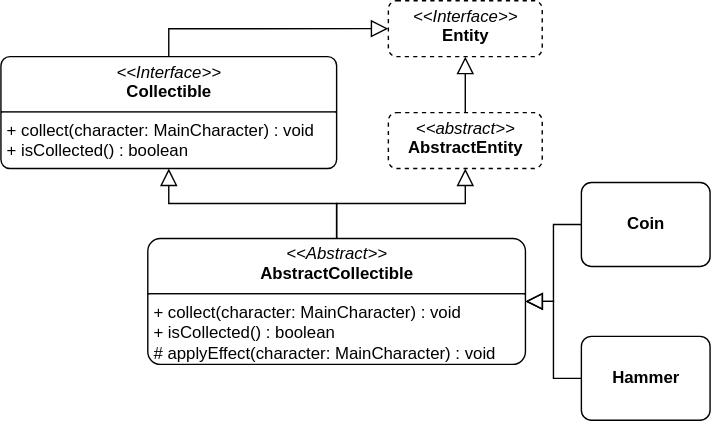
Earlier version of the draw.io export report/svg/Collectible.svg (unibo-oop-projects/OOP24-AlessandroRebosio-FilippoRicciotti-Grace-GraziaBochdanovits-RenovateBot-coffeBreak). Source tidied: cells renumbered, new cells last; positions are measured from the earlier drawing's top-left corner, leaving out a move shared by most shapes.
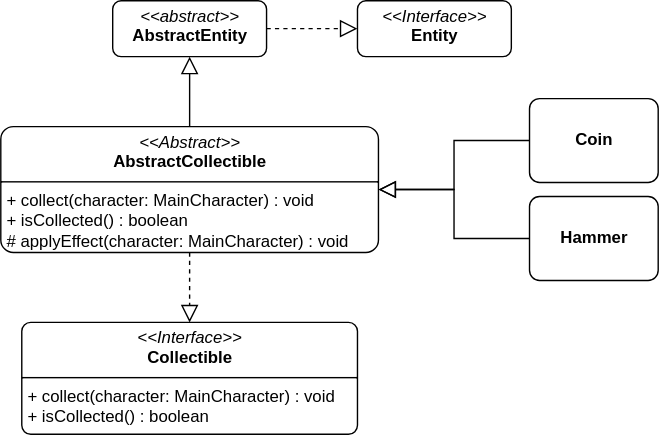
Later version of the same file.

The edit, as a diff of the source:
```diff
@@ -2,41 +2,38 @@
   <root>
     <mxCell id="0" />
     <mxCell id="1" parent="0" />
-    <mxCell id="2" value="&lt;p style=&quot;margin:0px;margin-top:4px;text-align:center;&quot;&gt;&lt;i&gt;&amp;lt;&amp;lt;Interface&amp;gt;&amp;gt;&lt;/i&gt;&lt;br&gt;&lt;b&gt;Entity&lt;/b&gt;&lt;/p&gt;" style="verticalAlign=top;align=left;overflow=fill;html=1;whiteSpace=wrap;dashed=1;rounded=1;" parent="1" vertex="1">
-      <mxGeometry x="277" width="110" height="40" as="geometry" />
+    <mxCell id="2" value="&lt;p style=&quot;margin:0px;margin-top:4px;text-align:center;&quot;&gt;&lt;i&gt;&amp;lt;&amp;lt;Interface&amp;gt;&amp;gt;&lt;/i&gt;&lt;br&gt;&lt;b&gt;Entity&lt;/b&gt;&lt;/p&gt;" style="verticalAlign=top;align=left;overflow=fill;html=1;whiteSpace=wrap;rounded=1;" parent="1" vertex="1">
+      <mxGeometry x="296" y="35" width="110" height="40" as="geometry" />
     </mxCell>
-    <mxCell id="3" style="edgeStyle=orthogonalEdgeStyle;rounded=0;jettySize=auto;html=1;exitX=0.5;exitY=0;exitDx=0;exitDy=0;entryX=0.5;entryY=1;entryDx=0;entryDy=0;endArrow=block;endFill=0;endSize=10;" parent="1" edge="1" source="4" target="2">
+    <mxCell id="3" style="edgeStyle=orthogonalEdgeStyle;rounded=0;jettySize=auto;html=1;exitX=1;exitY=0.5;exitDx=0;exitDy=0;entryX=0;entryY=0.5;entryDx=0;entryDy=0;endArrow=block;endFill=0;endSize=10;dashed=1;" parent="1" edge="1" source="4" target="2">
       <mxGeometry relative="1" as="geometry" />
     </mxCell>
-    <mxCell id="4" value="&lt;p style=&quot;margin:0px;margin-top:4px;text-align:center;&quot;&gt;&lt;i&gt;&amp;lt;&amp;lt;abstract&amp;gt;&amp;gt;&lt;/i&gt;&lt;br&gt;&lt;b&gt;AbstractEntity&lt;/b&gt;&lt;/p&gt;" style="verticalAlign=top;align=left;overflow=fill;html=1;whiteSpace=wrap;dashed=1;rounded=1;" parent="1" vertex="1">
-      <mxGeometry x="277" y="80" width="110" height="40" as="geometry" />
+    <mxCell id="4" value="&lt;p style=&quot;margin:0px;margin-top:4px;text-align:center;&quot;&gt;&lt;i&gt;&amp;lt;&amp;lt;abstract&amp;gt;&amp;gt;&lt;/i&gt;&lt;br&gt;&lt;b&gt;AbstractEntity&lt;/b&gt;&lt;/p&gt;" style="verticalAlign=top;align=left;overflow=fill;html=1;whiteSpace=wrap;rounded=1;" parent="1" vertex="1">
+      <mxGeometry x="121" y="35" width="110" height="40" as="geometry" />
     </mxCell>
-    <mxCell id="5" style="edgeStyle=orthogonalEdgeStyle;rounded=0;jettySize=auto;html=1;exitX=0.5;exitY=0;exitDx=0;exitDy=0;entryX=0;entryY=0.5;entryDx=0;entryDy=0;endArrow=block;endFill=0;endSize=10;" parent="1" edge="1" source="6" target="2">
-      <mxGeometry relative="1" as="geometry" />
-    </mxCell>
     <mxCell id="6" value="&lt;p style=&quot;margin:0px;margin-top:4px;text-align:center;&quot;&gt;&lt;i&gt;&amp;lt;&amp;lt;Interface&amp;gt;&amp;gt;&lt;/i&gt;&lt;br&gt;&lt;b&gt;Collectible&lt;/b&gt;&lt;/p&gt;&lt;hr size=&quot;1&quot; style=&quot;border-style:solid;&quot;&gt;&lt;p style=&quot;margin:0px;margin-left:4px;&quot;&gt;+ collect(character: MainCharacter) : void&lt;/p&gt;&lt;p style=&quot;margin:0px;margin-left:4px;&quot;&gt;+ isCollected() : boolean&lt;/p&gt;" style="verticalAlign=top;align=left;overflow=fill;html=1;whiteSpace=wrap;rounded=1;arcSize=8;" parent="1" vertex="1">
-      <mxGeometry y="40" width="240" height="80" as="geometry" />
+      <mxGeometry x="56" y="265" width="240" height="80" as="geometry" />
     </mxCell>
-    <mxCell id="7" style="edgeStyle=orthogonalEdgeStyle;rounded=0;jettySize=auto;html=1;exitX=0.5;exitY=0;exitDx=0;exitDy=0;entryX=0.5;entryY=1;entryDx=0;entryDy=0;endArrow=block;endFill=0;endSize=10;" parent="1" edge="1" source="9" target="6">
+    <mxCell id="7" style="edgeStyle=orthogonalEdgeStyle;rounded=0;jettySize=auto;html=1;exitX=0.5;exitY=1;exitDx=0;exitDy=0;entryX=0.5;entryY=0;entryDx=0;entryDy=0;endArrow=block;endFill=0;endSize=10;dashed=1;" parent="1" edge="1" source="9" target="6">
       <mxGeometry relative="1" as="geometry" />
     </mxCell>
-    <mxCell id="8" style="edgeStyle=orthogonalEdgeStyle;rounded=0;jettySize=auto;html=1;exitX=0.5;exitY=0;exitDx=0;exitDy=0;entryX=0.5;entryY=1;entryDx=0;entryDy=0;endArrow=block;endFill=0;endSize=10;" parent="1" edge="1" source="9" target="4">
+    <mxCell id="8" style="edgeStyle=orthogonalEdgeStyle;rounded=0;jettySize=auto;html=1;exitX=0.5;exitY=0;exitDx=0;exitDy=0;entryX=0.5;entryY=1;entryDx=0;entryDy=0;endSize=10;endArrow=block;endFill=0;" parent="1" edge="1" source="9" target="4">
       <mxGeometry relative="1" as="geometry" />
     </mxCell>
     <mxCell id="9" value="&lt;p style=&quot;margin:0px;margin-top:4px;text-align:center;&quot;&gt;&lt;i&gt;&amp;lt;&amp;lt;Abstract&amp;gt;&amp;gt;&lt;/i&gt;&lt;br&gt;&lt;b&gt;AbstractCollectible&lt;/b&gt;&lt;/p&gt;&lt;hr size=&quot;1&quot; style=&quot;border-style:solid;&quot;&gt;&lt;p style=&quot;margin:0px;margin-left:4px;&quot;&gt;+ collect(character: MainCharacter) : void&lt;/p&gt;&lt;p style=&quot;margin:0px;margin-left:4px;&quot;&gt;+ isCollected() : boolean&lt;/p&gt;&lt;p style=&quot;margin:0px;margin-left:4px;&quot;&gt;# applyEffect(character: MainCharacter) : void&lt;/p&gt;" style="verticalAlign=top;align=left;overflow=fill;html=1;whiteSpace=wrap;rounded=1;arcSize=10;" parent="1" vertex="1">
-      <mxGeometry x="105" y="170" width="270" height="90" as="geometry" />
+      <mxGeometry x="41" y="125" width="270" height="90" as="geometry" />
     </mxCell>
     <mxCell id="10" style="edgeStyle=orthogonalEdgeStyle;rounded=0;jettySize=auto;html=1;exitX=0;exitY=0.5;exitDx=0;exitDy=0;entryX=1;entryY=0.5;entryDx=0;entryDy=0;endArrow=block;endFill=0;endSize=10;" parent="1" edge="1" source="11" target="9">
       <mxGeometry relative="1" as="geometry" />
     </mxCell>
     <mxCell id="11" value="&lt;p style=&quot;margin:0px;margin-top:4px;text-align:center;&quot;&gt;&lt;b&gt;&lt;br&gt;&lt;/b&gt;&lt;/p&gt;&lt;p style=&quot;margin:0px;margin-top:4px;text-align:center;&quot;&gt;&lt;b&gt;Hammer&lt;/b&gt;&lt;/p&gt;" style="verticalAlign=top;align=left;overflow=fill;html=1;whiteSpace=wrap;rounded=1;arcSize=12;" parent="1" vertex="1">
-      <mxGeometry x="415" y="240" width="92" height="60" as="geometry" />
+      <mxGeometry x="419" y="175" width="92" height="60" as="geometry" />
     </mxCell>
     <mxCell id="12" style="edgeStyle=orthogonalEdgeStyle;rounded=0;jettySize=auto;html=1;exitX=0;exitY=0.5;exitDx=0;exitDy=0;entryX=1;entryY=0.5;entryDx=0;entryDy=0;endArrow=block;endFill=0;endSize=10;" parent="1" edge="1" source="13" target="9">
       <mxGeometry relative="1" as="geometry" />
     </mxCell>
     <mxCell id="13" value="&lt;p style=&quot;margin:0px;margin-top:4px;text-align:center;&quot;&gt;&lt;b&gt;&lt;br&gt;&lt;/b&gt;&lt;/p&gt;&lt;p style=&quot;margin:0px;margin-top:4px;text-align:center;&quot;&gt;&lt;b&gt;Coin&lt;/b&gt;&lt;/p&gt;" style="verticalAlign=top;align=left;overflow=fill;html=1;whiteSpace=wrap;rounded=1;arcSize=12;" parent="1" vertex="1">
-      <mxGeometry x="415" y="130" width="92" height="60" as="geometry" />
+      <mxGeometry x="419" y="105" width="92" height="60" as="geometry" />
     </mxCell>
   </root>
 </mxGraphModel>
```
